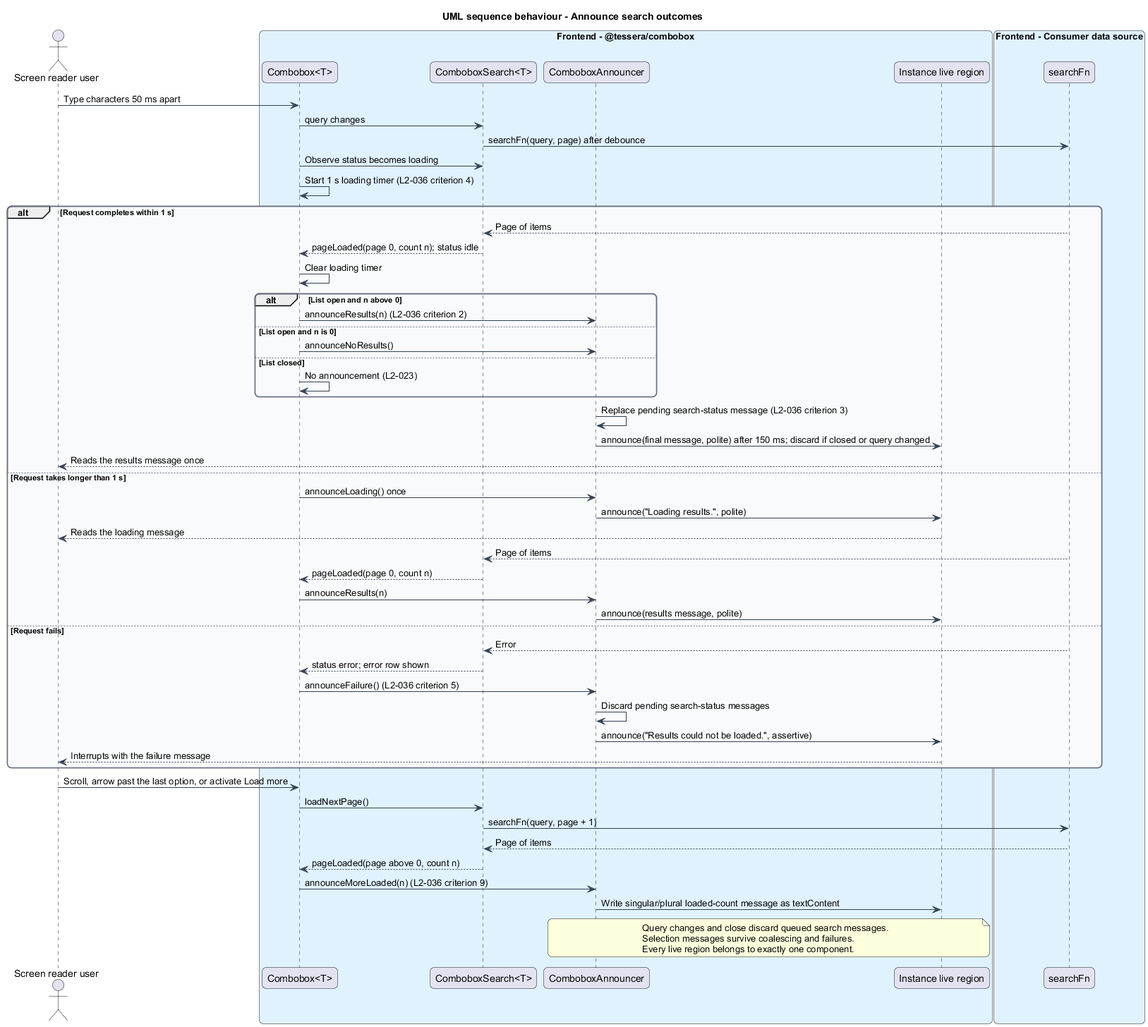
QuinntyneBrown/Tessera keeps this PlantUML diagram as docs/detailed-designs/combobox/expose-to-assistive-tech/diagrams/sequence-announce-search.png. Above is the earlier version.
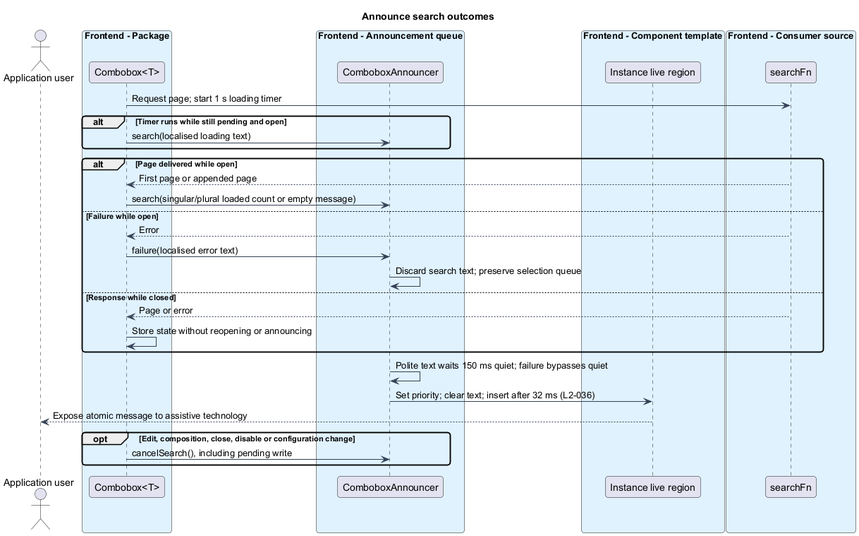
Above is the later version.

Diff of the diagram source:
```diff
@@ -1,77 +1,49 @@
 @startuml
-title UML sequence behaviour - Announce search outcomes
 skinparam backgroundColor #FFFFFF
 skinparam shadowing false
-skinparam roundcorner 12
+skinparam roundcorner 8
 skinparam defaultFontName Arial
 skinparam ArrowColor #344054
-skinparam rectangle {
+skinparam class {
   BorderColor #344054
-  FontColor #101828
-}
-skinparam package {
-  BorderColor #667085
   FontColor #101828
   BackgroundColor #F9FAFB
 }
-actor "Screen reader user" as user
-box "Frontend - @tessera/combobox" #E0F2FE
-  participant "Combobox<T>" as combobox
-  participant "ComboboxSearch<T>" as search
-  participant "ComboboxAnnouncer" as announcer
+title Announce search outcomes
+actor "Application user" as user
+box "Frontend - Package" #E0F2FE
+  participant "Combobox<T>" as cb
+end box
+box "Frontend - Announcement queue" #E0F2FE
+  participant "ComboboxAnnouncer" as ann
+end box
+box "Frontend - Component template" #E0F2FE
   participant "Instance live region" as live
 end box
-box "Frontend - Consumer data source" #E0F2FE
-  participant "searchFn" as data
+box "Frontend - Consumer source" #E0F2FE
+  participant "searchFn" as src
 end box
 
-user -> combobox : Type characters 50 ms apart
-combobox -> search : query changes
-search -> data : searchFn(query, page) after debounce
-combobox -> search : Observe status becomes loading
-combobox -> combobox : Start 1 s loading timer (L2-036 criterion 4)
 
-alt Request completes within 1 s
-  data --> search : Page of items
-  search --> combobox : pageLoaded(page 0, count n); status idle
-  combobox -> combobox : Clear loading timer
-  alt List open and n above 0
-    combobox -> announcer : announceResults(n) (L2-036 criterion 2)
-  else List open and n is 0
-    combobox -> announcer : announceNoResults()
-  else List closed
-    combobox -> combobox : No announcement (L2-023)
-  end
-  announcer -> announcer : Replace pending search-status message (L2-036 criterion 3)
-  announcer -> live : announce(final message, polite) after 150 ms; discard if closed or query changed
-  live --> user : Reads the results message once
-else Request takes longer than 1 s
-  combobox -> announcer : announceLoading() once
-  announcer -> live : announce("Loading results.", polite)
-  live --> user : Reads the loading message
-  data --> search : Page of items
-  search --> combobox : pageLoaded(page 0, count n)
-  combobox -> announcer : announceResults(n)
-  announcer -> live : announce(results message, polite)
-else Request fails
-  data --> search : Error
-  search --> combobox : status error; error row shown
-  combobox -> announcer : announceFailure() (L2-036 criterion 5)
-  announcer -> announcer : Discard pending search-status messages
-  announcer -> live : announce("Results could not be loaded.", assertive)
-  live --> user : Interrupts with the failure message
+cb -> src : Request page; start 1 s loading timer
+alt Timer runs while still pending and open
+  cb -> ann : search(localised loading text)
 end
-
-user -> combobox : Scroll, arrow past the last option, or activate Load more
-combobox -> search : loadNextPage()
-search -> data : searchFn(query, page + 1)
-data --> search : Page of items
-search --> combobox : pageLoaded(page above 0, count n)
-combobox -> announcer : announceMoreLoaded(n) (L2-036 criterion 9)
-announcer -> live : Write singular/plural loaded-count message as textContent
-note over announcer, live
-  Query changes and close discard queued search messages.
-  Selection messages survive coalescing and failures.
-  Every live region belongs to exactly one component.
-end note
+alt Page delivered while open
+  src --> cb : First page or appended page
+  cb -> ann : search(singular/plural loaded count or empty message)
+else Failure while open
+  src --> cb : Error
+  cb -> ann : failure(localised error text)
+  ann -> ann : Discard search text; preserve selection queue
+else Response while closed
+  src --> cb : Page or error
+  cb -> cb : Store state without reopening or announcing
+end
+ann -> ann : Polite text waits 150 ms quiet; failure bypasses quiet
+ann -> live : Set priority; clear text; insert after 32 ms (L2-036)
+live --> user : Expose atomic message to assistive technology
+opt Edit, composition, close, disable or configuration change
+  cb -> ann : cancelSearch(), including pending write
+end
 @enduml
```
